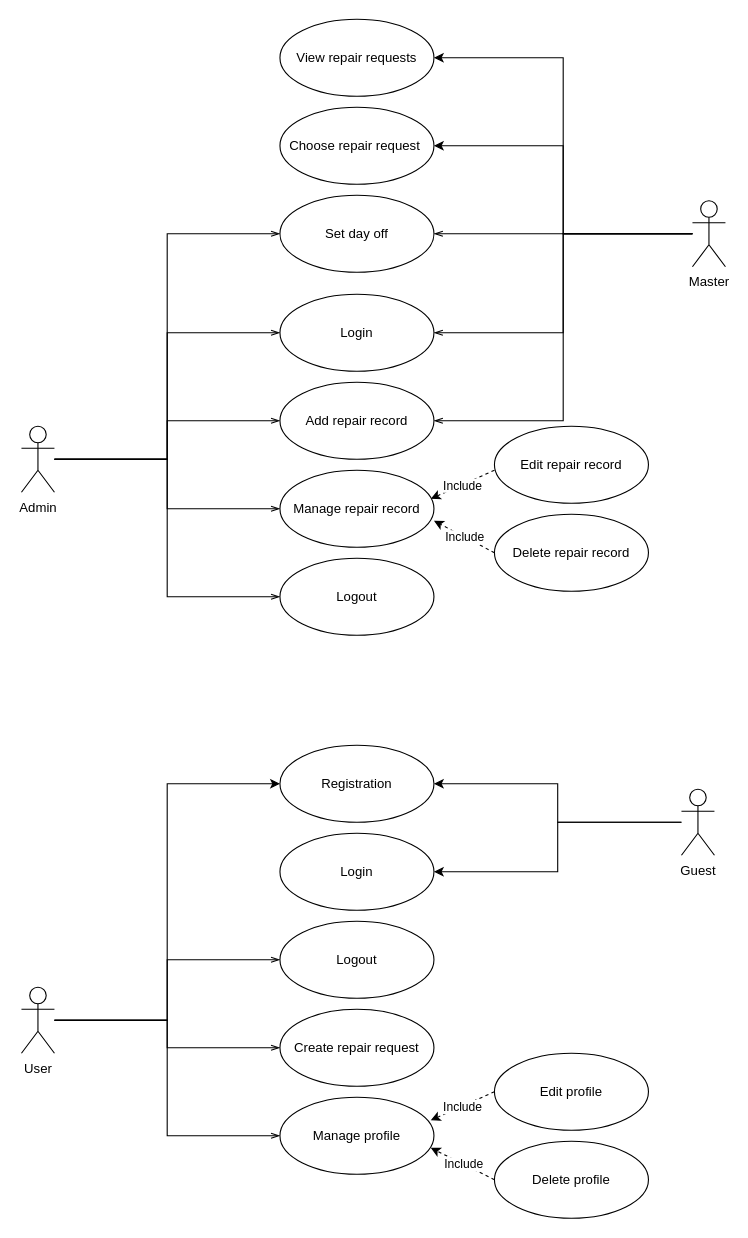
Before: docs/Use case.drawio in MishaAvizhen/ServiceStation, a draw.io diagram. Source tidied: cells renumbered, new cells numbered last; positions are measured from the earlier drawing's top-left corner, leaving out a move shared by most shapes. Both pictures are drawn from the tidied source at 110%, with x=0, y=0 at pixel (21, 19).
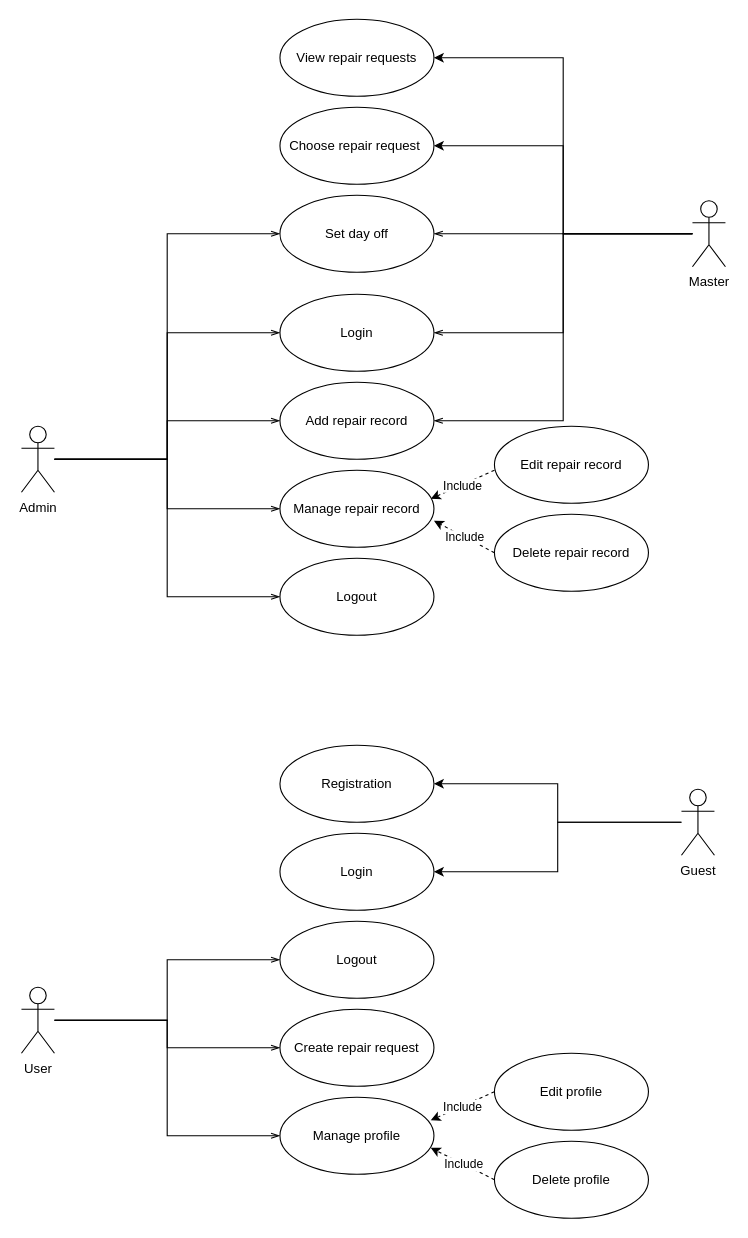
The same page after the edit.

The change refers to these unchanged cells:
```xml
<mxCell id="12" value="User" style="shape=umlActor;verticalLabelPosition=bottom;verticalAlign=top;html=1;outlineConnect=0;" parent="1" vertex="1">
  <mxGeometry y="880" width="30" height="60" as="geometry" />
</mxCell>
<mxCell id="35" value="Registration" style="ellipse;whiteSpace=wrap;html=1;" parent="1" vertex="1">
  <mxGeometry x="235" y="660" width="140" height="70" as="geometry" />
</mxCell>
```

Diff of the diagram source:
```diff
@@
-    <mxCell id="11" style="edgeStyle=orthogonalEdgeStyle;rounded=0;jettySize=auto;html=1;entryX=0;entryY=0.5;entryDx=0;entryDy=0;" parent="1" edge="1" source="12" target="35">
-      <mxGeometry relative="1" as="geometry" />
-    </mxCell>
```
